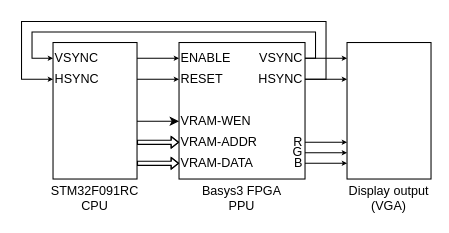
Above: page "level-1" (1 of 3) of docs/ppu.drawio in lonkaars/avans-arcade (draw.io), before the change. Source tidied: cells renumbered, new cells numbered last; positions are measured from the earlier drawing's top-left corner, leaving out a move shared by most shapes. Both pictures are drawn from the tidied source at 105%, with x=0, y=0 at pixel (21, 21).
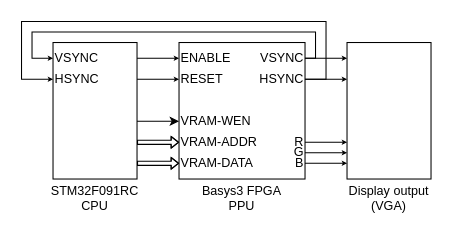
Above is the later version.

The edit, as a diff of the source:
```diff
@@
     <mxCell id="9" value="VSYNC" style="text;html=1;strokeColor=none;fillColor=none;align=left;verticalAlign=middle;whiteSpace=wrap;rounded=0;spacing=0;spacingRight=0;spacingLeft=2;" parent="1" vertex="1">
-      <mxGeometry x="30" y="30" width="10" height="10" as="geometry" />
+      <mxGeometry x="30" y="30" height="10" as="geometry" />
     </mxCell>
     <mxCell id="10" value="HSYNC" style="text;html=1;strokeColor=none;fillColor=none;align=left;verticalAlign=middle;whiteSpace=wrap;rounded=0;spacing=0;spacingRight=0;spacingLeft=2;" parent="1" vertex="1">
-      <mxGeometry x="30" y="50" width="10" height="10" as="geometry" />
+      <mxGeometry x="30" y="50" height="10" as="geometry" />
     </mxCell>
@@
     <mxCell id="13" value="VSYNC" style="text;html=1;strokeColor=none;fillColor=none;align=right;verticalAlign=middle;whiteSpace=wrap;rounded=0;spacing=0;spacingRight=2;" parent="1" vertex="1">
-      <mxGeometry x="260" y="30" width="10" height="10" as="geometry" />
+      <mxGeometry x="270" y="30" height="10" as="geometry" />
     </mxCell>
@@
     <mxCell id="17" value="HSYNC" style="text;html=1;strokeColor=none;fillColor=none;align=right;verticalAlign=middle;whiteSpace=wrap;rounded=0;spacing=0;spacingRight=2;" parent="1" vertex="1">
-      <mxGeometry x="260" y="50" width="10" height="10" as="geometry" />
+      <mxGeometry x="270" y="50" height="10" as="geometry" />
     </mxCell>
@@
-    <mxCell id="20" value="G" style="text;html=1;strokeColor=none;fillColor=none;align=right;verticalAlign=middle;whiteSpace=wrap;rounded=0;spacing=0;spacingRight=2;" parent="1" vertex="1">
-      <mxGeometry x="260" y="120" width="10" height="10" as="geometry" />
-    </mxCell>
@@
-    <mxCell id="23" value="B" style="text;html=1;strokeColor=none;fillColor=none;align=right;verticalAlign=middle;whiteSpace=wrap;rounded=0;spacing=0;spacingRight=2;" parent="1" vertex="1">
-      <mxGeometry x="260" y="130" width="10" height="10" as="geometry" />
-    </mxCell>
@@
-    <mxCell id="26" value="R" style="text;html=1;strokeColor=none;fillColor=none;align=right;verticalAlign=middle;whiteSpace=wrap;rounded=0;spacing=0;spacingRight=2;" parent="1" vertex="1">
-      <mxGeometry x="260" y="110" width="10" height="10" as="geometry" />
-    </mxCell>
@@
+    <mxCell id="29" style="group;" parent="1" vertex="1">
+      <mxGeometry x="270" y="110" height="30" as="geometry" />
+    </mxCell>
+    <mxCell id="20" value="G" style="text;html=1;strokeColor=none;fillColor=none;align=right;verticalAlign=middle;whiteSpace=wrap;rounded=0;spacing=0;spacingRight=2;" parent="29" vertex="1">
+      <mxGeometry y="10" height="10" as="geometry" />
+    </mxCell>
+    <mxCell id="23" value="B" style="text;html=1;strokeColor=none;fillColor=none;align=right;verticalAlign=middle;whiteSpace=wrap;rounded=0;spacing=0;spacingRight=2;" parent="29" vertex="1">
+      <mxGeometry y="20" height="10" as="geometry" />
+    </mxCell>
+    <mxCell id="26" value="R" style="text;html=1;strokeColor=none;fillColor=none;align=right;verticalAlign=middle;whiteSpace=wrap;rounded=0;spacing=0;spacingRight=2;" parent="29" vertex="1">
+      <mxGeometry height="10" as="geometry" />
+    </mxCell>
```
